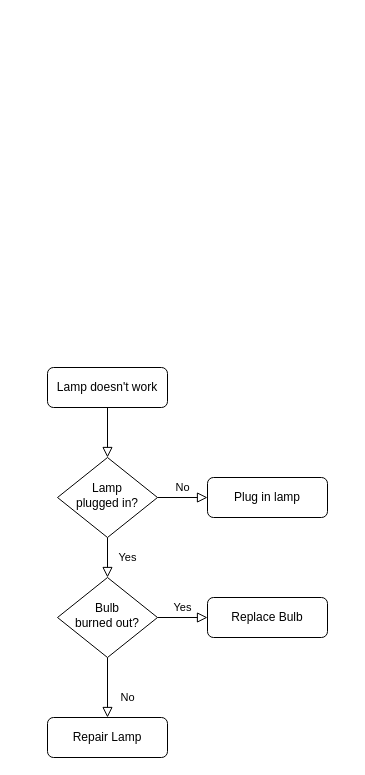
Before: Untitled Diagram.drawio in izuhotoda/ws, a draw.io diagram. Source tidied: cells renumbered, new cells numbered last; positions are measured from the earlier drawing's top-left corner, leaving out a move shared by most shapes. Both pictures are drawn from the tidied source at 100%, with x=0, y=0 at pixel (47, 367).
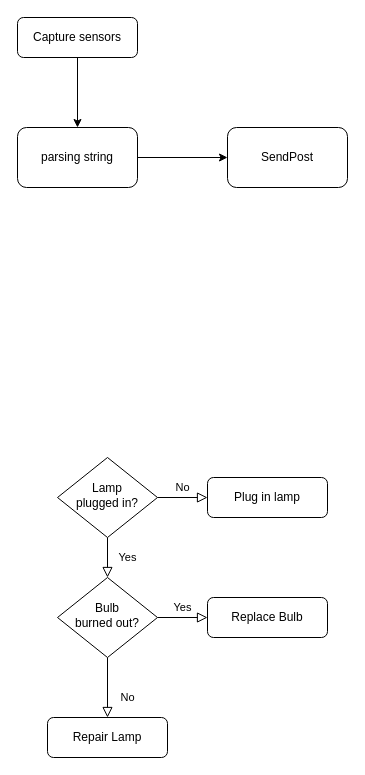
The same page after the edit.

The edit, as a diff of the source:
```diff
@@
 <mxGraphModel>
   <root>
     <mxCell id="0" />
     <mxCell id="1" parent="0" />
-    <mxCell id="2" style="rounded=0;html=1;jettySize=auto;fontSize=11;endArrow=block;endFill=0;endSize=8;strokeWidth=1;shadow=0;labelBackgroundColor=none;edgeStyle=orthogonalEdgeStyle;" parent="1" edge="1" source="3" target="6">
-      <mxGeometry relative="1" as="geometry" />
-    </mxCell>
+    <mxCell id="13" style="edgeStyle=orthogonalEdgeStyle;rounded=0;jettySize=auto;html=1;" parent="1" edge="1" source="3" target="15">
+      <mxGeometry relative="1" as="geometry" />
+    </mxCell>
-    <mxCell id="3" value="Lamp doesn't work" style="rounded=1;whiteSpace=wrap;html=1;fontSize=12;glass=0;strokeWidth=1;shadow=0;" parent="1" vertex="1">
-      <mxGeometry width="120" height="40" as="geometry" />
+    <mxCell id="3" value="Capture sensors" style="rounded=1;whiteSpace=wrap;html=1;fontSize=12;glass=0;strokeWidth=1;shadow=0;" parent="1" vertex="1">
+      <mxGeometry x="-30" y="-350" width="120" height="40" as="geometry" />
     </mxCell>
     <mxCell id="4" value="Yes" style="rounded=0;html=1;jettySize=auto;fontSize=11;endArrow=block;endFill=0;endSize=8;strokeWidth=1;shadow=0;labelBackgroundColor=none;edgeStyle=orthogonalEdgeStyle;" parent="1" edge="1" source="6" target="10">
       <mxGeometry y="20" relative="1" as="geometry" />
     </mxCell>
     <mxCell id="5" value="No" style="edgeStyle=orthogonalEdgeStyle;rounded=0;html=1;jettySize=auto;fontSize=11;endArrow=block;endFill=0;endSize=8;strokeWidth=1;shadow=0;labelBackgroundColor=none;" parent="1" edge="1" source="6" target="7">
       <mxGeometry y="10" relative="1" as="geometry" />
     </mxCell>
     <mxCell id="6" value="Lamp&lt;br&gt;plugged in?" style="rhombus;whiteSpace=wrap;html=1;shadow=0;fontFamily=Helvetica;fontSize=12;align=center;strokeWidth=1;spacing=6;spacingTop=-4;" parent="1" vertex="1">
       <mxGeometry x="10" y="90" width="100" height="80" as="geometry" />
     </mxCell>
     <mxCell id="7" value="Plug in lamp" style="rounded=1;whiteSpace=wrap;html=1;fontSize=12;glass=0;strokeWidth=1;shadow=0;" parent="1" vertex="1">
       <mxGeometry x="160" y="110" width="120" height="40" as="geometry" />
     </mxCell>
     <mxCell id="8" value="No" style="rounded=0;html=1;jettySize=auto;fontSize=11;endArrow=block;endFill=0;endSize=8;strokeWidth=1;shadow=0;labelBackgroundColor=none;edgeStyle=orthogonalEdgeStyle;" parent="1" edge="1" source="10" target="11">
       <mxGeometry x="0.33" y="20" relative="1" as="geometry" />
     </mxCell>
     <mxCell id="9" value="Yes" style="edgeStyle=orthogonalEdgeStyle;rounded=0;html=1;jettySize=auto;fontSize=11;endArrow=block;endFill=0;endSize=8;strokeWidth=1;shadow=0;labelBackgroundColor=none;" parent="1" edge="1" source="10" target="12">
       <mxGeometry y="10" relative="1" as="geometry" />
     </mxCell>
     <mxCell id="10" value="Bulb&lt;br&gt;burned out?" style="rhombus;whiteSpace=wrap;html=1;shadow=0;fontFamily=Helvetica;fontSize=12;align=center;strokeWidth=1;spacing=6;spacingTop=-4;" parent="1" vertex="1">
       <mxGeometry x="10" y="210" width="100" height="80" as="geometry" />
     </mxCell>
     <mxCell id="11" value="Repair Lamp" style="rounded=1;whiteSpace=wrap;html=1;fontSize=12;glass=0;strokeWidth=1;shadow=0;" parent="1" vertex="1">
       <mxGeometry y="350" width="120" height="40" as="geometry" />
     </mxCell>
     <mxCell id="12" value="Replace Bulb" style="rounded=1;whiteSpace=wrap;html=1;fontSize=12;glass=0;strokeWidth=1;shadow=0;" parent="1" vertex="1">
       <mxGeometry x="160" y="230" width="120" height="40" as="geometry" />
     </mxCell>
+    <mxCell id="14" style="edgeStyle=orthogonalEdgeStyle;rounded=0;jettySize=auto;html=1;" parent="1" edge="1" source="15" target="16">
+      <mxGeometry relative="1" as="geometry" />
+    </mxCell>
+    <mxCell id="15" value="parsing string" style="whiteSpace=wrap;html=1;rounded=1;shadow=0;strokeWidth=1;glass=0;" parent="1" vertex="1">
+      <mxGeometry x="-30" y="-240" width="120" height="60" as="geometry" />
+    </mxCell>
+    <mxCell id="16" value="SendPost" style="whiteSpace=wrap;html=1;rounded=1;shadow=0;strokeWidth=1;glass=0;" parent="1" vertex="1">
+      <mxGeometry x="180" y="-240" width="120" height="60" as="geometry" />
+    </mxCell>
   </root>
 </mxGraphModel>
```
